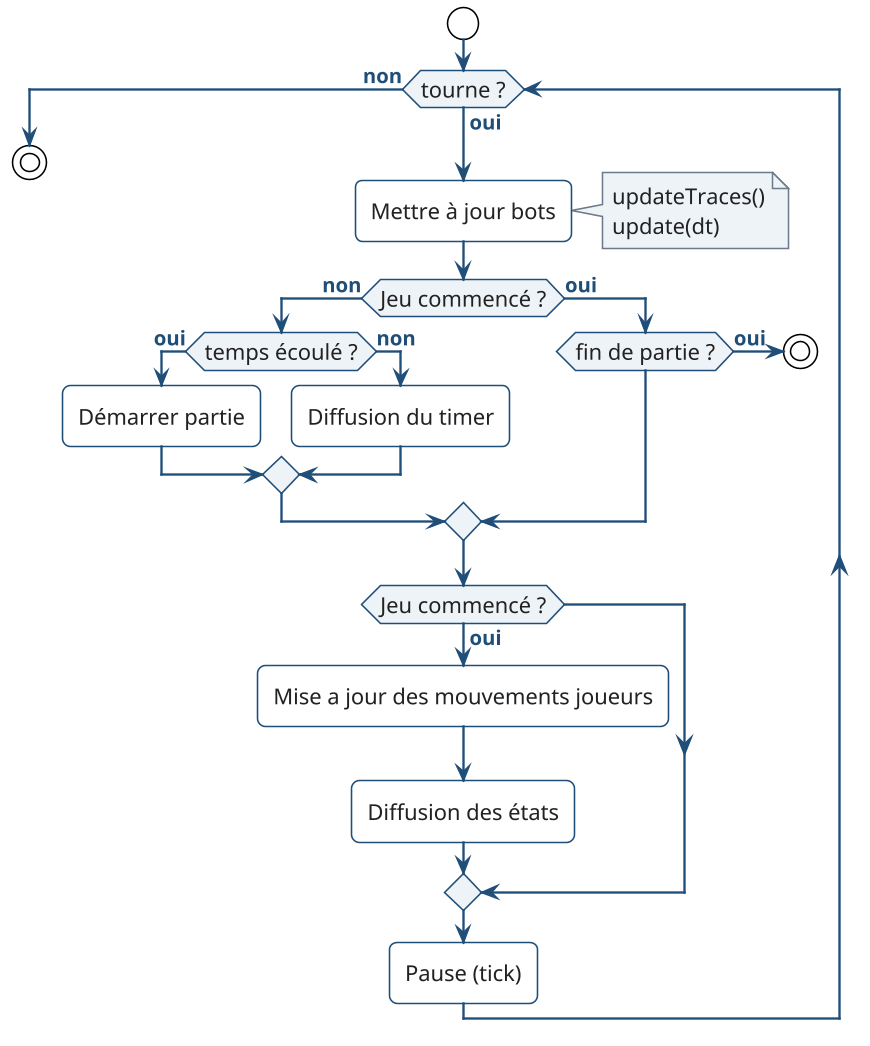
Earlier version of the PlantUML export Rapport/UML/PacMan_UML_Server_test_loop.png (thomasctn/Projet_PacMan_En_Reseau).
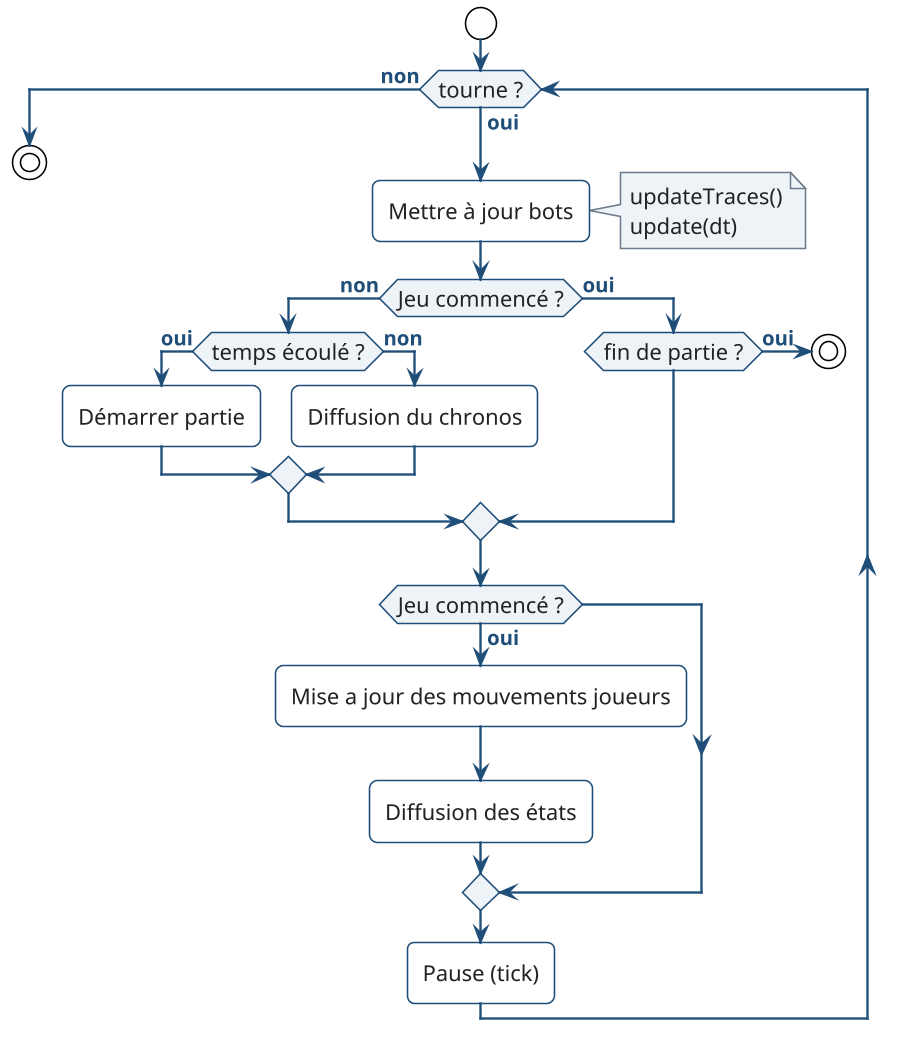
The same file after the commit.

Change to the diagram source:
```diff
@@ -18,7 +18,7 @@
     if (temps écoulé ?) then (oui)
       :Démarrer partie;
     else (non)
-      :Diffusion du timer;
+      :Diffusion du chronos;
     endif
 
   else (oui)
```
